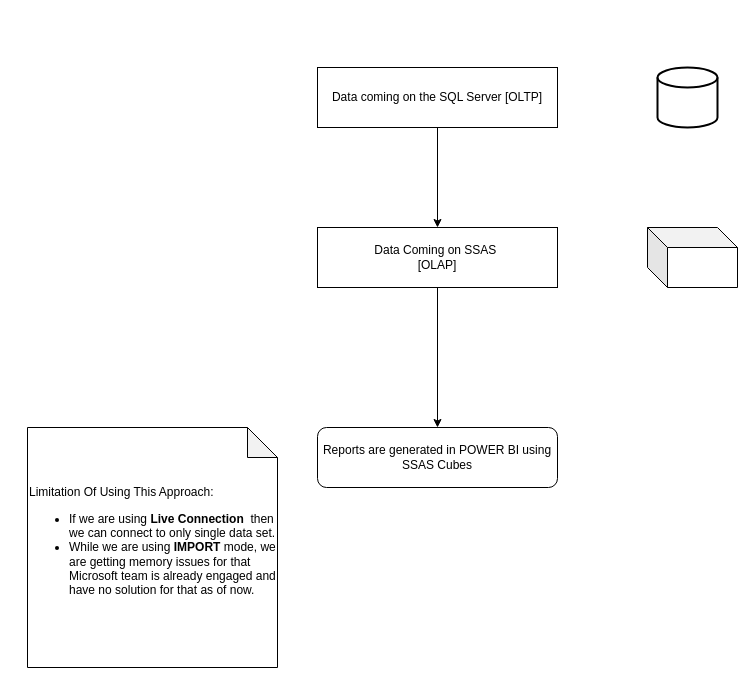
Before: page "Current Approach" (5 of 6) of Untitled Diagram.drawio in kmldpsng/PowerBI, a draw.io diagram. Source tidied: cells renumbered, new cells numbered last; positions are measured from the earlier drawing's top-left corner, leaving out a move shared by most shapes. Both pictures are drawn from the tidied source at 100%, with x=0, y=0 at pixel (27, 67).
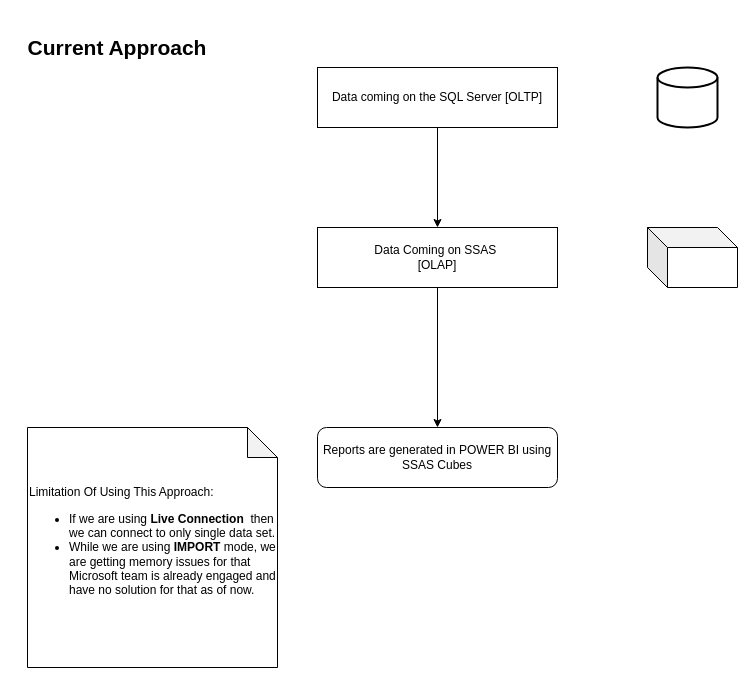
The same diagram, later.

Diff of the diagram source:
```diff
@@
 <mxGraphModel>
   <root>
     <mxCell id="0" />
     <mxCell id="1" parent="0" />
     <mxCell id="2" style="edgeStyle=orthogonalEdgeStyle;rounded=0;jettySize=auto;html=1;" parent="1" edge="1" source="3" target="5">
       <mxGeometry relative="1" as="geometry" />
     </mxCell>
     <mxCell id="3" value="Data coming on the SQL Server [OLTP]" style="rounded=0;whiteSpace=wrap;html=1;" parent="1" vertex="1">
       <mxGeometry x="290" width="240" height="60" as="geometry" />
     </mxCell>
     <mxCell id="4" style="edgeStyle=orthogonalEdgeStyle;rounded=0;jettySize=auto;html=1;fontColor=default;" parent="1" edge="1" source="5" target="8">
       <mxGeometry relative="1" as="geometry" />
     </mxCell>
     <mxCell id="5" value="Data Coming on SSAS&amp;nbsp;&lt;br&gt;[OLAP]" style="rounded=0;whiteSpace=wrap;html=1;" parent="1" vertex="1">
       <mxGeometry x="290" y="160" width="240" height="60" as="geometry" />
     </mxCell>
     <mxCell id="6" style="strokeWidth=2;html=1;shape=mxgraph.flowchart.database;whiteSpace=wrap;" parent="1" vertex="1">
       <mxGeometry x="630" width="60" height="60" as="geometry" />
     </mxCell>
     <mxCell id="7" style="shape=cube;whiteSpace=wrap;html=1;boundedLbl=1;backgroundOutline=1;darkOpacity=0.05;darkOpacity2=0.1;" parent="1" vertex="1">
       <mxGeometry x="620" y="160" width="90" height="60" as="geometry" />
     </mxCell>
     <mxCell id="8" value="Reports are generated in POWER BI using SSAS Cubes" style="rounded=1;whiteSpace=wrap;html=1;" parent="1" vertex="1">
       <mxGeometry x="290" y="360" width="240" height="60" as="geometry" />
     </mxCell>
     <mxCell id="9" value="Limitation Of Using This Approach:&amp;nbsp;&lt;br&gt;&lt;ul&gt;&lt;li&gt;If we are using &lt;b&gt;Live Connection&lt;/b&gt;&amp;nbsp; then we can connect to only single data set.&lt;/li&gt;&lt;li&gt;While we are using &lt;b&gt;IMPORT &lt;/b&gt;mode, we are getting memory issues for that Microsoft team is already engaged and have no solution for that as of now.&lt;/li&gt;&lt;/ul&gt;" style="shape=note;whiteSpace=wrap;html=1;backgroundOutline=1;darkOpacity=0.05;labelBackgroundColor=default;fontColor=default;align=left;" parent="1" vertex="1">
       <mxGeometry y="360" width="250" height="240" as="geometry" />
     </mxCell>
+    <mxCell id="10" value="&lt;b&gt;&lt;font style=&quot;font-size: 21px&quot;&gt;Current Approach&lt;/font&gt;&lt;/b&gt;" style="text;html=1;strokeColor=none;fillColor=none;align=center;verticalAlign=middle;whiteSpace=wrap;rounded=0;labelBackgroundColor=default;fontColor=default;" parent="1" vertex="1">
+      <mxGeometry x="-10" y="-50" width="200" height="60" as="geometry" />
+    </mxCell>
   </root>
 </mxGraphModel>
```
